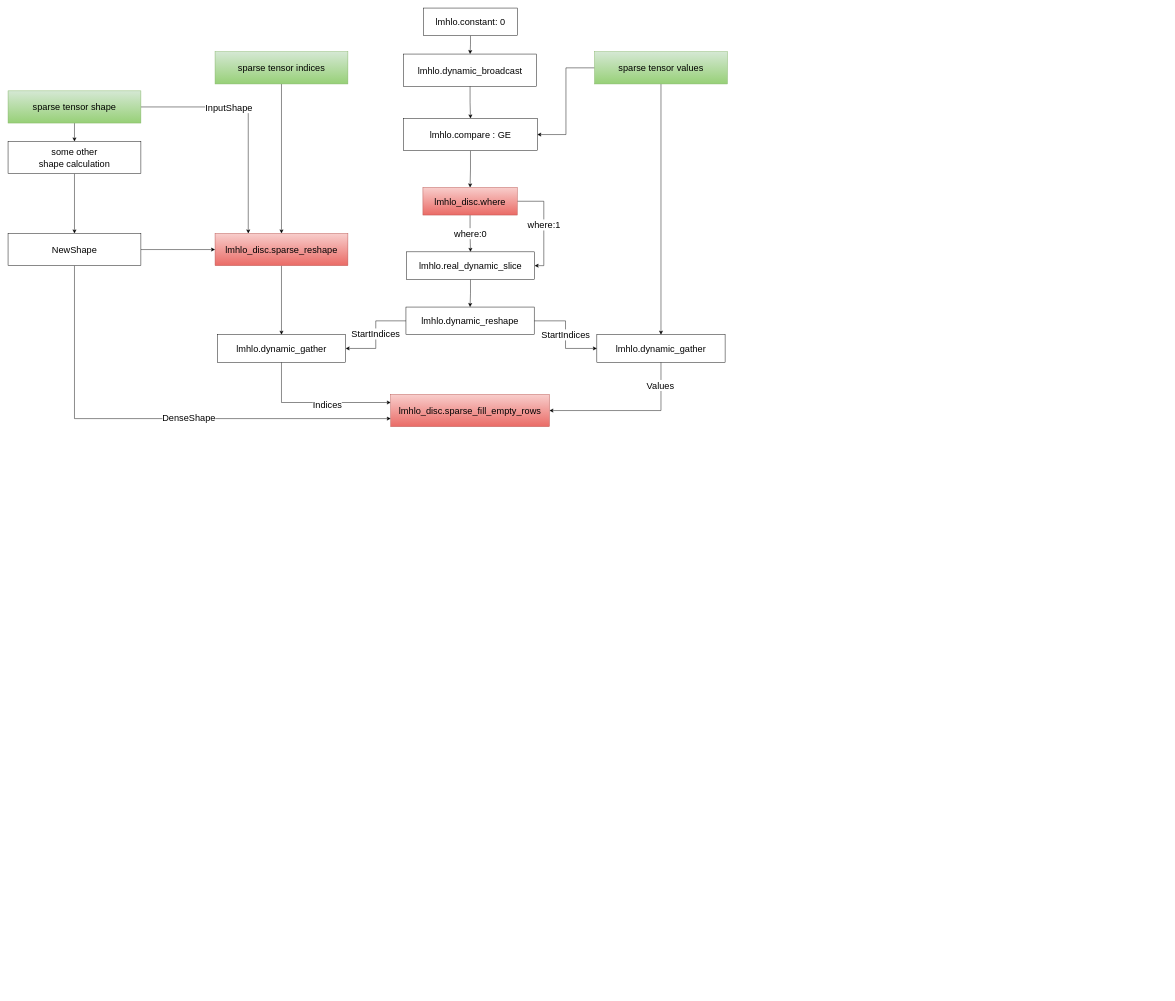
This is sparse_fusion/embedding_column_subgraph.drawio from Orion34-lanbo/draw.io, a draw.io file, before an edit. Source tidied: cells renumbered, new cells numbered last; positions are measured from the earlier drawing's top-left corner, leaving out a move shared by most shapes. Both pictures are drawn from the tidied source at 46%, with x=0, y=0 at pixel (8, 8).
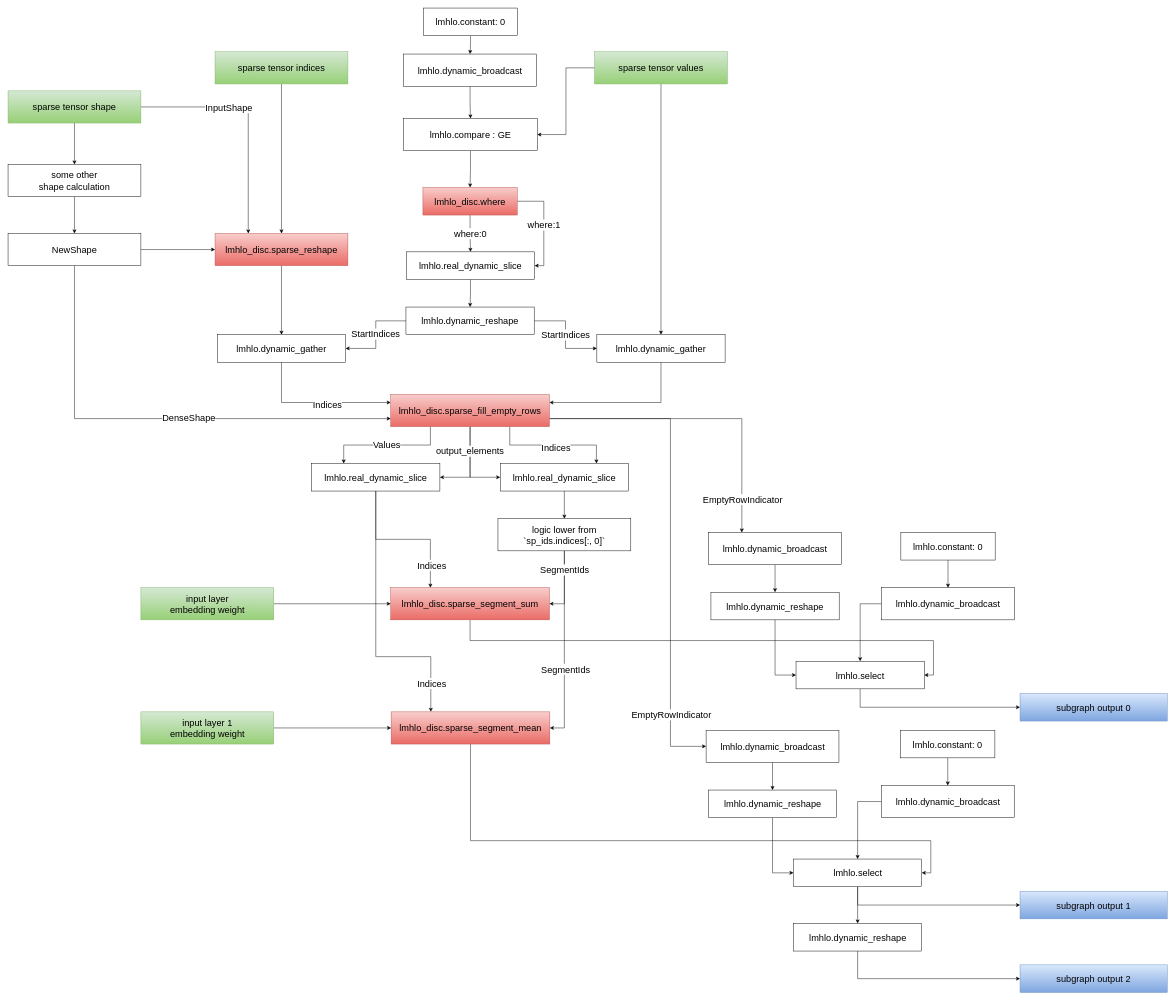
The same page after the edit.

Commit message:
update embedding_column_subgraph.drawio: entire subgraph done

Unchanged cells that the change refers to:
```xml
<mxCell id="14" value="lmhlo.dynamic_gather" style="rounded=0;whiteSpace=wrap;html=1;fontSize=20;" parent="1" vertex="1">
  <mxGeometry x="1280" y="710" width="278.8" height="60" as="geometry" />
</mxCell>
<mxCell id="37" value="lmhlo_disc.sparse_fill_empty_rows" style="rounded=0;whiteSpace=wrap;html=1;fontSize=20;fillColor=#f8cecc;strokeColor=#b85450;gradientColor=#ea6b66;" parent="1" vertex="1">
  <mxGeometry x="831.9" y="840" width="345" height="70" as="geometry" />
</mxCell>
```

What changed in the source:
```diff
@@
-    <mxCell id="12" style="edgeStyle=orthogonalEdgeStyle;rounded=0;jettySize=auto;html=1;entryX=1;entryY=0.5;entryDx=0;entryDy=0;fontSize=20;" parent="1" edge="1" source="14" target="37">
+    <mxCell id="12" style="edgeStyle=orthogonalEdgeStyle;rounded=0;jettySize=auto;html=1;entryX=1;entryY=0.25;entryDx=0;entryDy=0;fontSize=20;" parent="1" edge="1" source="14" target="37">
       <mxGeometry relative="1" as="geometry">
         <Array as="points">
-          <mxPoint x="1419" y="875" />
+          <mxPoint x="1419" y="858" />
         </Array>
       </mxGeometry>
     </mxCell>
-    <mxCell id="13" value="Values" style="edgeLabel;html=1;align=center;verticalAlign=middle;fontSize=20;" parent="12" vertex="1">
-      <mxGeometry x="-0.72" y="-2" relative="1" as="geometry" />
-    </mxCell>
@@
     <mxCell id="28" value="some other&lt;br&gt;shape calculation" style="rounded=0;whiteSpace=wrap;html=1;fontSize=20;" parent="1" vertex="1">
-      <mxGeometry y="290" width="288.8" height="70" as="geometry" />
+      <mxGeometry y="340" width="288.8" height="70" as="geometry" />
     </mxCell>
@@
+    <mxCell id="42" style="edgeStyle=orthogonalEdgeStyle;rounded=0;jettySize=auto;html=1;exitX=0.25;exitY=1;exitDx=0;exitDy=0;entryX=0.25;entryY=0;entryDx=0;entryDy=0;fontSize=20;" parent="1" edge="1" source="37" target="56">
+      <mxGeometry relative="1" as="geometry" />
+    </mxCell>
+    <mxCell id="13" value="Values" style="edgeLabel;html=1;align=center;verticalAlign=middle;fontSize=20;" parent="42" vertex="1">
+      <mxGeometry x="0.01" y="-2" relative="1" as="geometry" />
+    </mxCell>
+    <mxCell id="43" style="edgeStyle=orthogonalEdgeStyle;rounded=0;jettySize=auto;html=1;exitX=0.75;exitY=1;exitDx=0;exitDy=0;entryX=0.75;entryY=0;entryDx=0;entryDy=0;fontSize=20;" parent="1" edge="1" source="37" target="58">
+      <mxGeometry relative="1" as="geometry" />
+    </mxCell>
+    <mxCell id="44" value="Indices" style="edgeLabel;html=1;align=center;verticalAlign=middle;fontSize=20;" parent="43" vertex="1">
+      <mxGeometry x="0.04" y="-4" relative="1" as="geometry" />
+    </mxCell>
+    <mxCell id="45" style="edgeStyle=orthogonalEdgeStyle;rounded=0;jettySize=auto;html=1;entryX=1;entryY=0.5;entryDx=0;entryDy=0;fontSize=20;" parent="1" edge="1" source="37" target="56">
+      <mxGeometry relative="1" as="geometry" />
+    </mxCell>
+    <mxCell id="46" style="edgeStyle=orthogonalEdgeStyle;rounded=0;jettySize=auto;html=1;exitX=0.5;exitY=1;exitDx=0;exitDy=0;entryX=0;entryY=0.5;entryDx=0;entryDy=0;fontSize=20;" parent="1" edge="1" source="37" target="58">
+      <mxGeometry relative="1" as="geometry" />
+    </mxCell>
+    <mxCell id="47" value="output_elements" style="edgeLabel;html=1;align=center;verticalAlign=middle;fontSize=20;" parent="46" vertex="1">
+      <mxGeometry x="-0.41" y="-1" relative="1" as="geometry" />
+    </mxCell>
+    <mxCell id="48" style="edgeStyle=orthogonalEdgeStyle;rounded=0;jettySize=auto;html=1;exitX=1;exitY=0.75;exitDx=0;exitDy=0;entryX=0.25;entryY=0;entryDx=0;entryDy=0;fontSize=20;" parent="1" edge="1" source="37" target="68">
+      <mxGeometry relative="1" as="geometry" />
+    </mxCell>
+    <mxCell id="49" value="EmptyRowIndicator" style="edgeLabel;html=1;align=center;verticalAlign=middle;fontSize=20;" parent="48" vertex="1">
+      <mxGeometry x="0.78" y="1" relative="1" as="geometry" />
+    </mxCell>
+    <mxCell id="50" style="edgeStyle=orthogonalEdgeStyle;rounded=0;jettySize=auto;html=1;exitX=1;exitY=0.75;exitDx=0;exitDy=0;entryX=0;entryY=0.5;entryDx=0;entryDy=0;fontSize=20;" parent="1" edge="1" source="37" target="83">
+      <mxGeometry x="0.06" y="133" relative="1" as="geometry">
+        <Array as="points">
+          <mxPoint x="1440" y="893" />
+          <mxPoint x="1440" y="1605" />
+        </Array>
+      </mxGeometry>
+    </mxCell>
+    <mxCell id="51" value="EmptyRowIndicator" style="edgeLabel;html=1;align=center;verticalAlign=middle;fontSize=20;" parent="50" vertex="1">
+      <mxGeometry x="0.72" y="1" relative="1" as="geometry" />
+    </mxCell>
@@
+    <mxCell id="52" style="edgeStyle=orthogonalEdgeStyle;rounded=0;jettySize=auto;html=1;entryX=0.25;entryY=0;entryDx=0;entryDy=0;fontSize=20;" parent="1" edge="1" source="56" target="60">
+      <mxGeometry relative="1" as="geometry" />
+    </mxCell>
+    <mxCell id="53" value="Indices" style="edgeLabel;html=1;align=center;verticalAlign=middle;fontSize=20;" parent="52" vertex="1">
+      <mxGeometry x="0.7" y="2" relative="1" as="geometry" />
+    </mxCell>
+    <mxCell id="54" style="edgeStyle=orthogonalEdgeStyle;rounded=0;jettySize=auto;html=1;entryX=0.25;entryY=0;entryDx=0;entryDy=0;fontSize=20;" parent="1" edge="1" source="56" target="78">
+      <mxGeometry relative="1" as="geometry">
+        <Array as="points">
+          <mxPoint x="799" y="1410" />
+          <mxPoint x="919" y="1410" />
+        </Array>
+      </mxGeometry>
+    </mxCell>
+    <mxCell id="55" value="Indices" style="edgeLabel;html=1;align=center;verticalAlign=middle;fontSize=20;" parent="54" vertex="1">
+      <mxGeometry x="0.79" y="1" relative="1" as="geometry" />
+    </mxCell>
+    <mxCell id="56" value="lmhlo.real_dynamic_slice" style="rounded=0;whiteSpace=wrap;html=1;fontSize=20;" parent="1" vertex="1">
+      <mxGeometry x="660" y="990" width="278.8" height="60" as="geometry" />
+    </mxCell>
+    <mxCell id="57" style="edgeStyle=orthogonalEdgeStyle;rounded=0;jettySize=auto;html=1;entryX=0.5;entryY=0;entryDx=0;entryDy=0;fontSize=20;" parent="1" edge="1" source="58" target="64">
+      <mxGeometry relative="1" as="geometry" />
+    </mxCell>
+    <mxCell id="58" value="lmhlo.real_dynamic_slice" style="rounded=0;whiteSpace=wrap;html=1;fontSize=20;" parent="1" vertex="1">
+      <mxGeometry x="1070" y="990" width="278.8" height="60" as="geometry" />
+    </mxCell>
+    <mxCell id="59" style="edgeStyle=orthogonalEdgeStyle;rounded=0;jettySize=auto;html=1;exitX=0.5;exitY=1;exitDx=0;exitDy=0;entryX=1;entryY=0.5;entryDx=0;entryDy=0;fontSize=20;" parent="1" edge="1" source="60" target="76">
+      <mxGeometry relative="1" as="geometry" />
+    </mxCell>
+    <mxCell id="60" value="lmhlo_disc.sparse_segment_sum" style="rounded=0;whiteSpace=wrap;html=1;fontSize=20;fillColor=#f8cecc;strokeColor=#b85450;gradientColor=#ea6b66;" parent="1" vertex="1">
+      <mxGeometry x="831.9" y="1260" width="345" height="70" as="geometry" />
+    </mxCell>
+    <mxCell id="61" style="edgeStyle=orthogonalEdgeStyle;rounded=0;jettySize=auto;html=1;exitX=0.5;exitY=1;exitDx=0;exitDy=0;entryX=1;entryY=0.5;entryDx=0;entryDy=0;fontSize=20;" parent="1" edge="1" source="64" target="60">
+      <mxGeometry relative="1" as="geometry" />
+    </mxCell>
+    <mxCell id="62" style="edgeStyle=orthogonalEdgeStyle;rounded=0;jettySize=auto;html=1;exitX=0.5;exitY=1;exitDx=0;exitDy=0;entryX=1;entryY=0.5;entryDx=0;entryDy=0;fontSize=20;" parent="1" edge="1" source="64" target="78">
+      <mxGeometry relative="1" as="geometry" />
+    </mxCell>
+    <mxCell id="63" value="SegmentIds" style="edgeLabel;html=1;align=center;verticalAlign=middle;fontSize=20;" parent="62" vertex="1">
+      <mxGeometry x="0.23" y="2" relative="1" as="geometry" />
+    </mxCell>
+    <mxCell id="64" value="logic lower from `sp_ids.indices[:, 0]`" style="rounded=0;whiteSpace=wrap;html=1;fontSize=20;" parent="1" vertex="1">
+      <mxGeometry x="1065" y="1110" width="288.8" height="70" as="geometry" />
+    </mxCell>
+    <mxCell id="65" style="edgeStyle=orthogonalEdgeStyle;rounded=0;jettySize=auto;html=1;exitX=1;exitY=0.5;exitDx=0;exitDy=0;entryX=0;entryY=0.5;entryDx=0;entryDy=0;fontSize=20;" parent="1" edge="1" source="66" target="60">
+      <mxGeometry relative="1" as="geometry" />
+    </mxCell>
+    <mxCell id="66" value="input layer &lt;br&gt;embedding weight" style="rounded=0;whiteSpace=wrap;html=1;fontSize=20;fillColor=#d5e8d4;gradientColor=#97d077;strokeColor=#82b366;" parent="1" vertex="1">
+      <mxGeometry x="288.8" y="1260" width="288.8" height="70" as="geometry" />
+    </mxCell>
+    <mxCell id="67" style="edgeStyle=orthogonalEdgeStyle;rounded=0;jettySize=auto;html=1;entryX=0.5;entryY=0;entryDx=0;entryDy=0;fontSize=20;" parent="1" edge="1" source="68" target="70">
+      <mxGeometry relative="1" as="geometry" />
+    </mxCell>
+    <mxCell id="68" value="lmhlo.dynamic_broadcast" style="rounded=0;whiteSpace=wrap;html=1;fontSize=20;" parent="1" vertex="1">
+      <mxGeometry x="1523" y="1140" width="288.8" height="70" as="geometry" />
+    </mxCell>
+    <mxCell id="69" style="edgeStyle=orthogonalEdgeStyle;rounded=0;jettySize=auto;html=1;entryX=0;entryY=0.5;entryDx=0;entryDy=0;fontSize=20;" parent="1" edge="1" source="70" target="76">
+      <mxGeometry relative="1" as="geometry" />
+    </mxCell>
+    <mxCell id="70" value="lmhlo.dynamic_reshape" style="rounded=0;whiteSpace=wrap;html=1;fontSize=20;" parent="1" vertex="1">
+      <mxGeometry x="1528" y="1270" width="278.8" height="60" as="geometry" />
+    </mxCell>
+    <mxCell id="71" style="edgeStyle=orthogonalEdgeStyle;rounded=0;jettySize=auto;html=1;exitX=0;exitY=0.5;exitDx=0;exitDy=0;entryX=0.5;entryY=0;entryDx=0;entryDy=0;fontSize=20;" parent="1" edge="1" source="72" target="76">
+      <mxGeometry relative="1" as="geometry" />
+    </mxCell>
+    <mxCell id="72" value="lmhlo.dynamic_broadcast" style="rounded=0;whiteSpace=wrap;html=1;fontSize=20;" parent="1" vertex="1">
+      <mxGeometry x="1899" y="1260" width="288.8" height="70" as="geometry" />
+    </mxCell>
+    <mxCell id="73" style="edgeStyle=orthogonalEdgeStyle;rounded=0;jettySize=auto;html=1;entryX=0.5;entryY=0;entryDx=0;entryDy=0;fontSize=20;" parent="1" edge="1" source="74" target="72">
+      <mxGeometry relative="1" as="geometry" />
+    </mxCell>
+    <mxCell id="74" value="lmhlo.constant: 0" style="rounded=0;whiteSpace=wrap;html=1;fontSize=20;" parent="1" vertex="1">
+      <mxGeometry x="1940.9" y="1140" width="205" height="60" as="geometry" />
+    </mxCell>
+    <mxCell id="75" style="edgeStyle=orthogonalEdgeStyle;rounded=0;jettySize=auto;html=1;entryX=0;entryY=0.5;entryDx=0;entryDy=0;fontSize=20;" parent="1" edge="1" source="76" target="93">
+      <mxGeometry relative="1" as="geometry">
+        <Array as="points">
+          <mxPoint x="1852" y="1520" />
+        </Array>
+      </mxGeometry>
+    </mxCell>
+    <mxCell id="76" value="lmhlo.select" style="rounded=0;whiteSpace=wrap;html=1;fontSize=20;" parent="1" vertex="1">
+      <mxGeometry x="1713" y="1420" width="278.8" height="60" as="geometry" />
+    </mxCell>
+    <mxCell id="77" style="edgeStyle=orthogonalEdgeStyle;rounded=0;jettySize=auto;html=1;entryX=1;entryY=0.5;entryDx=0;entryDy=0;fontSize=20;" parent="1" edge="1" source="78" target="92">
+      <mxGeometry relative="1" as="geometry">
+        <Array as="points">
+          <mxPoint x="1005" y="1810" />
+          <mxPoint x="2006" y="1810" />
+          <mxPoint x="2006" y="1880" />
+        </Array>
+      </mxGeometry>
+    </mxCell>
+    <mxCell id="78" value="lmhlo_disc.sparse_segment_mean" style="rounded=0;whiteSpace=wrap;html=1;fontSize=20;fillColor=#f8cecc;strokeColor=#b85450;gradientColor=#ea6b66;" parent="1" vertex="1">
+      <mxGeometry x="832.8" y="1530" width="345" height="70" as="geometry" />
+    </mxCell>
+    <mxCell id="79" style="edgeStyle=orthogonalEdgeStyle;rounded=0;jettySize=auto;html=1;exitX=1;exitY=0.5;exitDx=0;exitDy=0;entryX=0;entryY=0.5;entryDx=0;entryDy=0;fontSize=20;" parent="1" edge="1" source="80" target="78">
+      <mxGeometry relative="1" as="geometry" />
+    </mxCell>
+    <mxCell id="80" value="input layer 1&lt;br&gt;embedding weight" style="rounded=0;whiteSpace=wrap;html=1;fontSize=20;fillColor=#d5e8d4;gradientColor=#97d077;strokeColor=#82b366;" parent="1" vertex="1">
+      <mxGeometry x="288.8" y="1530" width="288.8" height="70" as="geometry" />
+    </mxCell>
+    <mxCell id="81" value="SegmentIds" style="edgeLabel;html=1;align=center;verticalAlign=middle;fontSize=20;" parent="1" vertex="1">
+      <mxGeometry x="1209.4" y="1220" as="geometry" />
+    </mxCell>
+    <mxCell id="82" style="edgeStyle=orthogonalEdgeStyle;rounded=0;jettySize=auto;html=1;entryX=0.5;entryY=0;entryDx=0;entryDy=0;fontSize=20;" parent="1" edge="1" source="83" target="85">
+      <mxGeometry relative="1" as="geometry" />
+    </mxCell>
+    <mxCell id="83" value="lmhlo.dynamic_broadcast" style="rounded=0;whiteSpace=wrap;html=1;fontSize=20;" parent="1" vertex="1">
+      <mxGeometry x="1517.5" y="1570" width="288.8" height="70" as="geometry" />
+    </mxCell>
+    <mxCell id="84" style="edgeStyle=orthogonalEdgeStyle;rounded=0;jettySize=auto;html=1;entryX=0;entryY=0.5;entryDx=0;entryDy=0;fontSize=20;" parent="1" edge="1" source="85" target="92">
+      <mxGeometry relative="1" as="geometry" />
+    </mxCell>
+    <mxCell id="85" value="lmhlo.dynamic_reshape" style="rounded=0;whiteSpace=wrap;html=1;fontSize=20;" parent="1" vertex="1">
+      <mxGeometry x="1522.5" y="1700" width="278.8" height="60" as="geometry" />
+    </mxCell>
+    <mxCell id="86" style="edgeStyle=orthogonalEdgeStyle;rounded=0;jettySize=auto;html=1;exitX=0;exitY=0.5;exitDx=0;exitDy=0;fontSize=20;" parent="1" edge="1" source="87" target="92">
+      <mxGeometry relative="1" as="geometry" />
+    </mxCell>
+    <mxCell id="87" value="lmhlo.dynamic_broadcast" style="rounded=0;whiteSpace=wrap;html=1;fontSize=20;" parent="1" vertex="1">
+      <mxGeometry x="1898.5" y="1690" width="288.8" height="70" as="geometry" />
+    </mxCell>
+    <mxCell id="88" style="edgeStyle=orthogonalEdgeStyle;rounded=0;jettySize=auto;html=1;entryX=0.5;entryY=0;entryDx=0;entryDy=0;fontSize=20;" parent="1" edge="1" source="89" target="87">
+      <mxGeometry relative="1" as="geometry" />
+    </mxCell>
+    <mxCell id="89" value="lmhlo.constant: 0" style="rounded=0;whiteSpace=wrap;html=1;fontSize=20;" parent="1" vertex="1">
+      <mxGeometry x="1940.3" y="1570" width="205" height="60" as="geometry" />
+    </mxCell>
+    <mxCell id="90" style="edgeStyle=orthogonalEdgeStyle;rounded=0;jettySize=auto;html=1;entryX=0.5;entryY=0;entryDx=0;entryDy=0;fontSize=20;" parent="1" edge="1" source="92" target="95">
+      <mxGeometry relative="1" as="geometry" />
+    </mxCell>
+    <mxCell id="91" style="edgeStyle=orthogonalEdgeStyle;rounded=0;jettySize=auto;html=1;entryX=0;entryY=0.5;entryDx=0;entryDy=0;fontSize=20;" parent="1" edge="1" source="92" target="96">
+      <mxGeometry relative="1" as="geometry">
+        <Array as="points">
+          <mxPoint x="1847" y="1950" />
+        </Array>
+      </mxGeometry>
+    </mxCell>
+    <mxCell id="92" value="lmhlo.select" style="rounded=0;whiteSpace=wrap;html=1;fontSize=20;" parent="1" vertex="1">
+      <mxGeometry x="1707.5" y="1850" width="278.8" height="60" as="geometry" />
+    </mxCell>
+    <mxCell id="93" value="subgraph output 0" style="rounded=0;whiteSpace=wrap;html=1;fontSize=20;fillColor=#dae8fc;gradientColor=#7ea6e0;strokeColor=#6c8ebf;" parent="1" vertex="1">
+      <mxGeometry x="2200" y="1490" width="320" height="60" as="geometry" />
+    </mxCell>
+    <mxCell id="94" style="edgeStyle=orthogonalEdgeStyle;rounded=0;jettySize=auto;html=1;entryX=0;entryY=0.5;entryDx=0;entryDy=0;fontSize=20;" parent="1" edge="1" source="95" target="97">
+      <mxGeometry relative="1" as="geometry">
+        <Array as="points">
+          <mxPoint x="1847" y="2110" />
+        </Array>
+      </mxGeometry>
+    </mxCell>
+    <mxCell id="95" value="lmhlo.dynamic_reshape" style="rounded=0;whiteSpace=wrap;html=1;fontSize=20;" parent="1" vertex="1">
+      <mxGeometry x="1707.5" y="1990" width="278.8" height="60" as="geometry" />
+    </mxCell>
+    <mxCell id="96" value="subgraph output 1" style="rounded=0;whiteSpace=wrap;html=1;fontSize=20;fillColor=#dae8fc;gradientColor=#7ea6e0;strokeColor=#6c8ebf;" parent="1" vertex="1">
+      <mxGeometry x="2200" y="1920" width="320" height="60" as="geometry" />
+    </mxCell>
+    <mxCell id="97" value="subgraph output 2" style="rounded=0;whiteSpace=wrap;html=1;fontSize=20;fillColor=#dae8fc;gradientColor=#7ea6e0;strokeColor=#6c8ebf;" parent="1" vertex="1">
+      <mxGeometry x="2200" y="2080" width="320" height="60" as="geometry" />
+    </mxCell>
```
